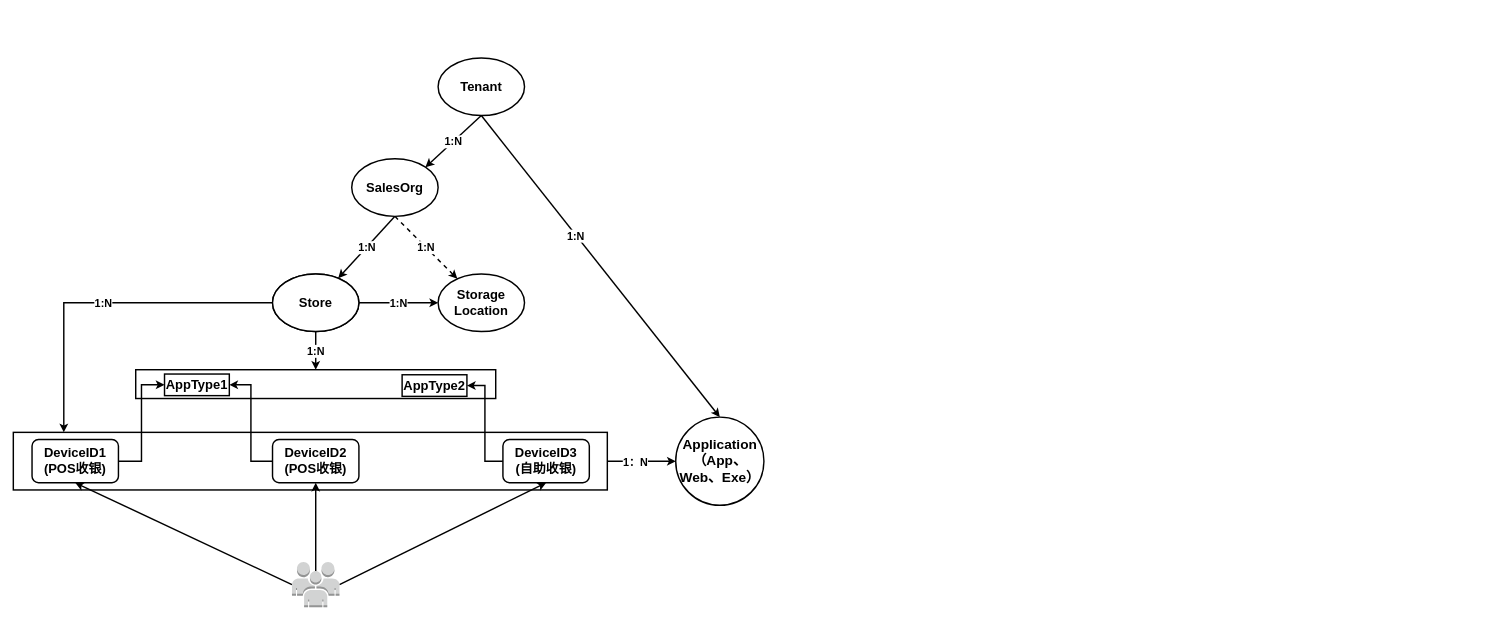
Before: page "Endpoint-layer-sturcture" (12 of 23) of authz/Omini-Store.drawio in jackie-thank/beego-authz, a draw.io diagram. Source tidied: cells renumbered, new cells numbered last; positions are measured from the earlier drawing's top-left corner, leaving out a move shared by most shapes. Both pictures are drawn from the tidied source at 72%, with x=0, y=0 at pixel (13, 58).
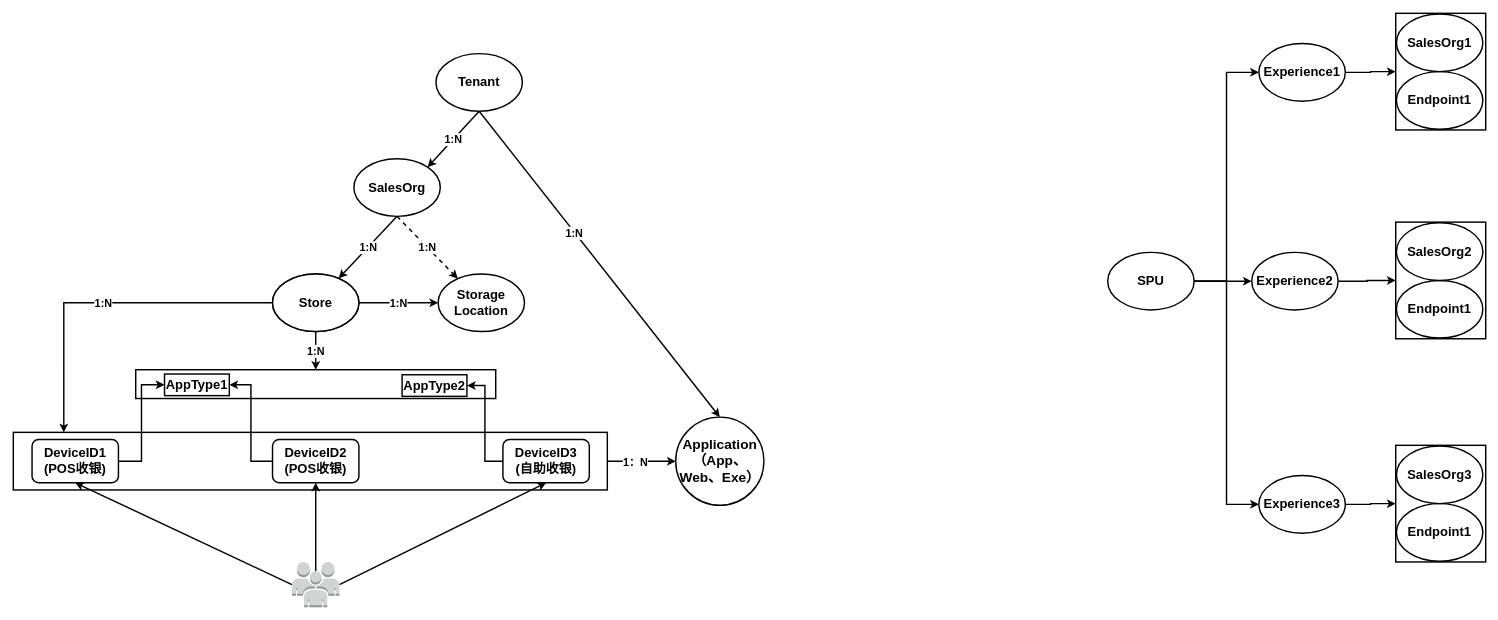
Above is the later version.

What changed in the source:
```diff
@@
+    <mxCell id="32" style="rounded=0;whiteSpace=wrap;html=1;strokeWidth=2;" parent="1" vertex="1">
+      <mxGeometry x="1920" y="-62" width="125" height="162" as="geometry" />
+    </mxCell>
@@
     <mxCell id="27" value="SalesOrg" style="ellipse;whiteSpace=wrap;html=1;fontSize=18;fontStyle=1;strokeWidth=2;" parent="1" vertex="1">
-      <mxGeometry x="470" y="140" width="120" height="80" as="geometry" />
+      <mxGeometry x="473" y="140" width="120" height="80" as="geometry" />
     </mxCell>
@@
     <mxCell id="29" value="Tenant" style="ellipse;whiteSpace=wrap;html=1;fontSize=18;fontStyle=1;strokeWidth=2;" parent="1" vertex="1">
-      <mxGeometry x="590" width="120" height="80" as="geometry" />
+      <mxGeometry x="587" y="-6" width="120" height="80" as="geometry" />
     </mxCell>
@@
+    <mxCell id="33" style="edgeStyle=orthogonalEdgeStyle;rounded=0;jettySize=auto;html=1;exitX=1;exitY=0.5;exitDx=0;exitDy=0;strokeWidth=2;" parent="1" edge="1" source="34" target="32">
+      <mxGeometry relative="1" as="geometry" />
+    </mxCell>
+    <mxCell id="34" value="Experience1" style="ellipse;whiteSpace=wrap;html=1;fontSize=18;fontStyle=1;strokeWidth=2;" parent="1" vertex="1">
+      <mxGeometry x="1730" y="-20" width="120" height="80" as="geometry" />
+    </mxCell>
+    <mxCell id="35" style="edgeStyle=orthogonalEdgeStyle;rounded=0;jettySize=auto;html=1;strokeWidth=2;" parent="1" edge="1" source="36" target="45">
+      <mxGeometry relative="1" as="geometry" />
+    </mxCell>
+    <mxCell id="36" value="Experience2" style="ellipse;whiteSpace=wrap;html=1;fontSize=18;fontStyle=1;strokeWidth=2;" parent="1" vertex="1">
+      <mxGeometry x="1720" y="270" width="120" height="80" as="geometry" />
+    </mxCell>
+    <mxCell id="37" style="edgeStyle=orthogonalEdgeStyle;rounded=0;jettySize=auto;html=1;exitX=1;exitY=0.5;exitDx=0;exitDy=0;strokeWidth=2;" parent="1" edge="1" source="38" target="48">
+      <mxGeometry relative="1" as="geometry" />
+    </mxCell>
+    <mxCell id="38" value="Experience3" style="ellipse;whiteSpace=wrap;html=1;fontSize=18;fontStyle=1;strokeWidth=2;" parent="1" vertex="1">
+      <mxGeometry x="1730" y="580" width="120" height="80" as="geometry" />
+    </mxCell>
+    <mxCell id="39" style="edgeStyle=orthogonalEdgeStyle;rounded=0;jettySize=auto;html=1;exitX=1;exitY=0.5;exitDx=0;exitDy=0;entryX=0;entryY=0.5;entryDx=0;entryDy=0;strokeWidth=2;" parent="1" edge="1" source="42" target="34">
+      <mxGeometry relative="1" as="geometry" />
+    </mxCell>
+    <mxCell id="40" style="edgeStyle=orthogonalEdgeStyle;rounded=0;jettySize=auto;html=1;exitX=1;exitY=0.5;exitDx=0;exitDy=0;entryX=0;entryY=0.5;entryDx=0;entryDy=0;strokeWidth=2;" parent="1" edge="1" source="42" target="38">
+      <mxGeometry relative="1" as="geometry" />
+    </mxCell>
+    <mxCell id="41" style="edgeStyle=orthogonalEdgeStyle;rounded=0;jettySize=auto;html=1;exitX=1;exitY=0.5;exitDx=0;exitDy=0;entryX=0;entryY=0.5;entryDx=0;entryDy=0;strokeWidth=2;" parent="1" edge="1" source="42" target="36">
+      <mxGeometry relative="1" as="geometry" />
+    </mxCell>
+    <mxCell id="42" value="SPU" style="ellipse;whiteSpace=wrap;html=1;fontSize=18;fontStyle=1;strokeWidth=2;" parent="1" vertex="1">
+      <mxGeometry x="1520" y="270" width="120" height="80" as="geometry" />
+    </mxCell>
+    <mxCell id="43" value="Endpoint1" style="ellipse;whiteSpace=wrap;html=1;fontSize=18;fontStyle=1;strokeWidth=2;" parent="1" vertex="1">
+      <mxGeometry x="1921" y="19" width="120" height="80" as="geometry" />
+    </mxCell>
+    <mxCell id="44" value="SalesOrg1" style="ellipse;whiteSpace=wrap;html=1;fontSize=18;fontStyle=1;strokeWidth=2;" parent="1" vertex="1">
+      <mxGeometry x="1921" y="-61" width="120" height="80" as="geometry" />
+    </mxCell>
+    <mxCell id="45" style="rounded=0;whiteSpace=wrap;html=1;strokeWidth=2;" parent="1" vertex="1">
+      <mxGeometry x="1920" y="228" width="125" height="162" as="geometry" />
+    </mxCell>
+    <mxCell id="46" value="Endpoint1" style="ellipse;whiteSpace=wrap;html=1;fontSize=18;fontStyle=1;strokeWidth=2;" parent="1" vertex="1">
+      <mxGeometry x="1921" y="309" width="120" height="80" as="geometry" />
+    </mxCell>
+    <mxCell id="47" value="SalesOrg2" style="ellipse;whiteSpace=wrap;html=1;fontSize=18;fontStyle=1;strokeWidth=2;" parent="1" vertex="1">
+      <mxGeometry x="1921" y="229" width="120" height="80" as="geometry" />
+    </mxCell>
+    <mxCell id="48" style="rounded=0;whiteSpace=wrap;html=1;strokeWidth=2;" parent="1" vertex="1">
+      <mxGeometry x="1920" y="538" width="125" height="162" as="geometry" />
+    </mxCell>
+    <mxCell id="49" value="Endpoint1" style="ellipse;whiteSpace=wrap;html=1;fontSize=18;fontStyle=1;strokeWidth=2;" parent="1" vertex="1">
+      <mxGeometry x="1921" y="619" width="120" height="80" as="geometry" />
+    </mxCell>
+    <mxCell id="50" value="SalesOrg3" style="ellipse;whiteSpace=wrap;html=1;fontSize=18;fontStyle=1;strokeWidth=2;" parent="1" vertex="1">
+      <mxGeometry x="1921" y="539" width="120" height="80" as="geometry" />
+    </mxCell>
```
